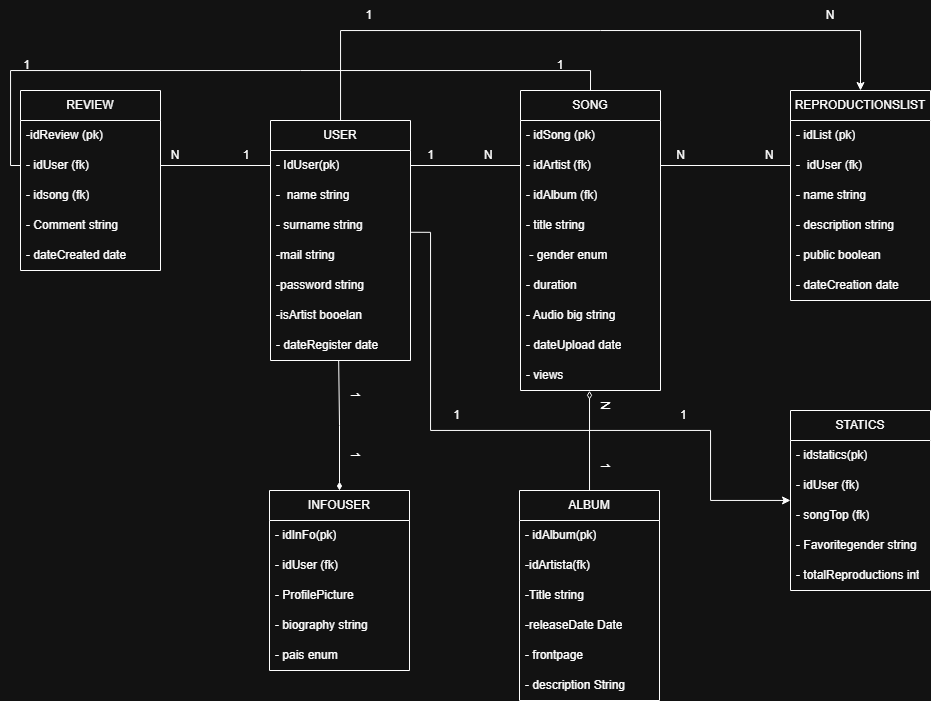
TPI-TUP-P/AVA-Sound keeps this draw.io diagram as StaticSource/TP4.png. Above is the earlier version. Source tidied: cells renumbered, new cells last; positions are measured from the earlier drawing's top-left corner, leaving out a move shared by most shapes.
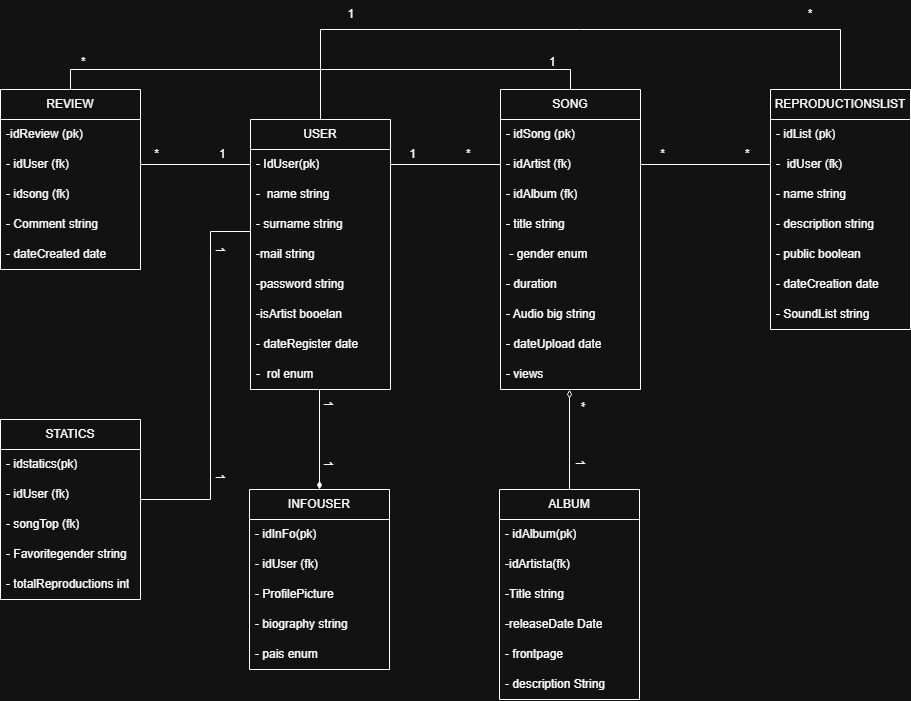
The same diagram one commit later.

What changed in the source:
```diff
@@ -2,7 +2,7 @@
   <root>
     <mxCell id="0" />
     <mxCell id="1" parent="0" />
-    <mxCell id="2" style="edgeStyle=orthogonalEdgeStyle;rounded=0;jettySize=auto;html=1;entryX=0.5;entryY=0;entryDx=0;entryDy=0;" parent="1" edge="1" source="3" target="17">
+    <mxCell id="2" style="edgeStyle=orthogonalEdgeStyle;rounded=0;jettySize=auto;html=1;entryX=0.5;entryY=0;entryDx=0;entryDy=0;endArrow=none;endFill=0;" parent="1" edge="1" source="3" target="17">
       <mxGeometry relative="1" as="geometry">
         <Array as="points">
           <mxPoint x="340" y="30" />
@@ -11,7 +11,7 @@
       </mxGeometry>
     </mxCell>
     <mxCell id="3" value="USER" style="swimlane;fontStyle=0;horizontal=1;startSize=30;whiteSpace=wrap;html=1;" parent="1" vertex="1">
-      <mxGeometry x="270" y="120" width="140" height="240" as="geometry" />
+      <mxGeometry x="270" y="120" width="140" height="270" as="geometry" />
     </mxCell>
     <mxCell id="4" value="- IdUser(pk)" style="text;strokeColor=none;fillColor=none;align=left;verticalAlign=middle;spacingLeft=4;spacingRight=4;overflow=hidden;points=[[0,0.5],[1,0.5]];portConstraint=eastwest;whiteSpace=wrap;html=1;" parent="3" vertex="1">
       <mxGeometry y="30" width="140" height="30" as="geometry" />
@@ -34,8 +34,11 @@
     <mxCell id="10" value="- dateRegister date" style="text;strokeColor=none;fillColor=none;align=left;verticalAlign=middle;spacingLeft=4;spacingRight=4;overflow=hidden;points=[[0,0.5],[1,0.5]];portConstraint=eastwest;whiteSpace=wrap;html=1;" parent="3" vertex="1">
       <mxGeometry y="210" width="140" height="30" as="geometry" />
     </mxCell>
+    <mxCell id="68" value="-&amp;nbsp; rol enum" style="text;strokeColor=none;fillColor=none;align=left;verticalAlign=middle;spacingLeft=4;spacingRight=4;overflow=hidden;whiteSpace=wrap;html=1;" parent="3" vertex="1">
+      <mxGeometry y="240" width="140" height="30" as="geometry" />
+    </mxCell>
     <mxCell id="11" value="STATICS" style="swimlane;fontStyle=0;horizontal=1;startSize=30;whiteSpace=wrap;html=1;" parent="1" vertex="1">
-      <mxGeometry x="790" y="410" width="140" height="180" as="geometry" />
+      <mxGeometry x="20" y="420" width="140" height="180" as="geometry" />
     </mxCell>
     <mxCell id="12" value="- idstatics(pk)" style="text;strokeColor=none;fillColor=none;align=left;verticalAlign=middle;spacingLeft=4;spacingRight=4;overflow=hidden;whiteSpace=wrap;html=1;" parent="11" vertex="1">
       <mxGeometry y="30" width="140" height="30" as="geometry" />
@@ -53,7 +56,7 @@
       <mxGeometry y="150" width="140" height="30" as="geometry" />
     </mxCell>
     <mxCell id="17" value="REPRODUCTIONSLIST" style="swimlane;fontStyle=0;horizontal=1;startSize=30;whiteSpace=wrap;html=1;" parent="1" vertex="1">
-      <mxGeometry x="790" y="90" width="140" height="210" as="geometry" />
+      <mxGeometry x="790" y="90" width="140" height="240" as="geometry" />
     </mxCell>
     <mxCell id="18" value="- idList (pk)" style="text;strokeColor=none;fillColor=none;align=left;verticalAlign=middle;spacingLeft=4;spacingRight=4;overflow=hidden;whiteSpace=wrap;html=1;" parent="17" vertex="1">
       <mxGeometry y="30" width="140" height="30" as="geometry" />
@@ -73,6 +76,9 @@
     <mxCell id="23" value="- dateCreation date" style="text;strokeColor=none;fillColor=none;align=left;verticalAlign=middle;spacingLeft=4;spacingRight=4;overflow=hidden;whiteSpace=wrap;html=1;" parent="17" vertex="1">
       <mxGeometry y="180" width="140" height="30" as="geometry" />
     </mxCell>
+    <mxCell id="69" value="- SoundList string" style="text;strokeColor=none;fillColor=none;align=left;verticalAlign=middle;spacingLeft=4;spacingRight=4;overflow=hidden;whiteSpace=wrap;html=1;" parent="17" vertex="1">
+      <mxGeometry y="210" width="140" height="30" as="geometry" />
+    </mxCell>
     <mxCell id="24" value="SONG" style="swimlane;fontStyle=0;horizontal=1;startSize=30;whiteSpace=wrap;html=1;" parent="1" vertex="1">
       <mxGeometry x="520" y="90" width="140" height="300" as="geometry" />
     </mxCell>
@@ -121,6 +127,14 @@
     <mxCell id="39" value="- pais enum" style="text;strokeColor=none;fillColor=none;align=left;verticalAlign=middle;spacingLeft=4;spacingRight=4;overflow=hidden;whiteSpace=wrap;html=1;" parent="34" vertex="1">
       <mxGeometry y="150" width="140" height="30" as="geometry" />
     </mxCell>
+    <mxCell id="70" style="edgeStyle=orthogonalEdgeStyle;rounded=0;jettySize=auto;html=1;entryX=0.5;entryY=0;entryDx=0;entryDy=0;endArrow=none;endFill=0;" parent="1" edge="1" source="40" target="24">
+      <mxGeometry relative="1" as="geometry">
+        <Array as="points">
+          <mxPoint x="90" y="70" />
+          <mxPoint x="590" y="70" />
+        </Array>
+      </mxGeometry>
+    </mxCell>
     <mxCell id="40" value="REVIEW" style="swimlane;fontStyle=0;horizontal=1;startSize=30;whiteSpace=wrap;html=1;" parent="1" vertex="1">
       <mxGeometry x="20" y="90" width="140" height="180" as="geometry" />
     </mxCell>
@@ -163,60 +177,52 @@
     <mxCell id="53" style="edgeStyle=orthogonalEdgeStyle;rounded=0;jettySize=auto;html=1;endArrow=none;endFill=0;" parent="1" edge="1" source="4" target="26">
       <mxGeometry relative="1" as="geometry" />
     </mxCell>
-    <mxCell id="54" value="1&amp;nbsp; &amp;nbsp; &amp;nbsp; &amp;nbsp; &amp;nbsp; &amp;nbsp; &amp;nbsp; &amp;nbsp;N" style="text;html=1;whiteSpace=wrap;strokeColor=none;fillColor=none;align=center;verticalAlign=middle;rounded=0;" parent="1" vertex="1">
+    <mxCell id="54" value="1&amp;nbsp; &amp;nbsp; &amp;nbsp; &amp;nbsp; &amp;nbsp; &amp;nbsp; &amp;nbsp; &amp;nbsp;*" style="text;html=1;whiteSpace=wrap;strokeColor=none;fillColor=none;align=center;verticalAlign=middle;rounded=0;" parent="1" vertex="1">
       <mxGeometry x="400" y="140" width="120" height="30" as="geometry" />
     </mxCell>
     <mxCell id="55" style="edgeStyle=orthogonalEdgeStyle;rounded=0;jettySize=auto;html=1;entryX=0;entryY=0.5;entryDx=0;entryDy=0;endArrow=none;endFill=0;" parent="1" edge="1" source="26" target="19">
       <mxGeometry relative="1" as="geometry" />
     </mxCell>
-    <mxCell id="56" value="N&amp;nbsp; &amp;nbsp; &amp;nbsp; &amp;nbsp; &amp;nbsp; &amp;nbsp; &amp;nbsp; &amp;nbsp; &amp;nbsp; &amp;nbsp; &amp;nbsp; &amp;nbsp; N" style="text;html=1;whiteSpace=wrap;strokeColor=none;fillColor=none;align=center;verticalAlign=middle;rounded=0;" parent="1" vertex="1">
+    <mxCell id="56" value="*&amp;nbsp; &amp;nbsp; &amp;nbsp; &amp;nbsp; &amp;nbsp; &amp;nbsp; &amp;nbsp; &amp;nbsp; &amp;nbsp; &amp;nbsp; &amp;nbsp; &amp;nbsp; *" style="text;html=1;whiteSpace=wrap;strokeColor=none;fillColor=none;align=center;verticalAlign=middle;rounded=0;" parent="1" vertex="1">
       <mxGeometry x="640" y="140" width="170" height="30" as="geometry" />
     </mxCell>
-    <mxCell id="57" style="edgeStyle=orthogonalEdgeStyle;rounded=0;jettySize=auto;html=1;entryX=0.487;entryY=1.003;entryDx=0;entryDy=0;entryPerimeter=0;endArrow=none;endFill=0;startArrow=diamondThin;startFill=1;" parent="1" edge="1" source="34" target="10">
-      <mxGeometry relative="1" as="geometry" />
+    <mxCell id="57" style="edgeStyle=orthogonalEdgeStyle;rounded=0;jettySize=auto;html=1;endArrow=none;endFill=0;startArrow=diamondThin;startFill=1;" parent="1" edge="1" source="34">
+      <mxGeometry relative="1" as="geometry">
+        <mxPoint x="339" y="390" as="targetPoint" />
+      </mxGeometry>
     </mxCell>
     <mxCell id="58" style="edgeStyle=orthogonalEdgeStyle;rounded=0;jettySize=auto;html=1;entryX=0.493;entryY=1.009;entryDx=0;entryDy=0;entryPerimeter=0;endArrow=diamondThin;endFill=0;" parent="1" edge="1" source="46" target="33">
       <mxGeometry relative="1" as="geometry" />
     </mxCell>
     <mxCell id="59" value="1&amp;nbsp; &amp;nbsp; &amp;nbsp; &amp;nbsp; &amp;nbsp; &amp;nbsp; &amp;nbsp; &amp;nbsp; 1" style="text;html=1;whiteSpace=wrap;strokeColor=none;fillColor=none;align=center;verticalAlign=middle;rounded=0;rotation=90;" parent="1" vertex="1">
-      <mxGeometry x="310" y="410" width="90" height="30" as="geometry" />
+      <mxGeometry x="303" y="420" width="90" height="30" as="geometry" />
     </mxCell>
-    <mxCell id="60" value="N&amp;nbsp; &amp;nbsp; &amp;nbsp; &amp;nbsp; &amp;nbsp; &amp;nbsp; &amp;nbsp; &amp;nbsp; 1" style="text;html=1;whiteSpace=wrap;strokeColor=none;fillColor=none;align=center;verticalAlign=middle;rounded=0;rotation=90;" parent="1" vertex="1">
-      <mxGeometry x="560" y="420" width="90" height="30" as="geometry" />
+    <mxCell id="60" value="*&amp;nbsp; &amp;nbsp; &amp;nbsp; &amp;nbsp; &amp;nbsp; &amp;nbsp; &amp;nbsp; &amp;nbsp; 1" style="text;html=1;whiteSpace=wrap;strokeColor=none;fillColor=none;align=center;verticalAlign=middle;rounded=0;rotation=90;" parent="1" vertex="1">
+      <mxGeometry x="555" y="420" width="90" height="30" as="geometry" />
     </mxCell>
     <mxCell id="61" style="edgeStyle=orthogonalEdgeStyle;rounded=0;jettySize=auto;html=1;entryX=1;entryY=0.5;entryDx=0;entryDy=0;endArrow=none;endFill=0;" parent="1" edge="1" source="4" target="42">
       <mxGeometry relative="1" as="geometry" />
     </mxCell>
-    <mxCell id="62" value="N&amp;nbsp; &amp;nbsp; &amp;nbsp; &amp;nbsp; &amp;nbsp; &amp;nbsp; &amp;nbsp; &amp;nbsp; &amp;nbsp; &amp;nbsp;1" style="text;html=1;whiteSpace=wrap;strokeColor=none;fillColor=none;align=center;verticalAlign=middle;rounded=0;" parent="1" vertex="1">
+    <mxCell id="62" value="*&amp;nbsp; &amp;nbsp; &amp;nbsp; &amp;nbsp; &amp;nbsp; &amp;nbsp; &amp;nbsp; &amp;nbsp; &amp;nbsp; 1" style="text;html=1;whiteSpace=wrap;strokeColor=none;fillColor=none;align=center;verticalAlign=middle;rounded=0;" parent="1" vertex="1">
       <mxGeometry x="150" y="140" width="120" height="30" as="geometry" />
     </mxCell>
-    <mxCell id="63" style="edgeStyle=orthogonalEdgeStyle;rounded=0;jettySize=auto;html=1;entryX=0.5;entryY=0;entryDx=0;entryDy=0;endArrow=none;endFill=0;" parent="1" edge="1" source="42" target="24">
-      <mxGeometry relative="1" as="geometry">
-        <Array as="points">
-          <mxPoint x="10" y="165" />
-          <mxPoint x="10" y="70" />
-          <mxPoint x="590" y="70" />
-        </Array>
-      </mxGeometry>
-    </mxCell>
-    <mxCell id="64" value="1&amp;nbsp; &amp;nbsp; &amp;nbsp; &amp;nbsp; &amp;nbsp; &amp;nbsp; &amp;nbsp; &amp;nbsp; &amp;nbsp; &amp;nbsp; &amp;nbsp; &amp;nbsp; &amp;nbsp; &amp;nbsp; &amp;nbsp; &amp;nbsp; &amp;nbsp; &amp;nbsp; &amp;nbsp; &amp;nbsp; &amp;nbsp; &amp;nbsp; &amp;nbsp; &amp;nbsp; &amp;nbsp; &amp;nbsp; &amp;nbsp; &amp;nbsp; &amp;nbsp; &amp;nbsp; &amp;nbsp; &amp;nbsp; &amp;nbsp; &amp;nbsp; &amp;nbsp; &amp;nbsp; &amp;nbsp; &amp;nbsp; &amp;nbsp; &amp;nbsp; &amp;nbsp; &amp;nbsp; &amp;nbsp; &amp;nbsp; &amp;nbsp; &amp;nbsp; &amp;nbsp; &amp;nbsp; &amp;nbsp; &amp;nbsp; &amp;nbsp; &amp;nbsp; &amp;nbsp; &amp;nbsp; &amp;nbsp; &amp;nbsp; &amp;nbsp; &amp;nbsp; &amp;nbsp; &amp;nbsp; &amp;nbsp; &amp;nbsp; &amp;nbsp; &amp;nbsp; &amp;nbsp; &amp;nbsp; &amp;nbsp; &amp;nbsp; &amp;nbsp; &amp;nbsp; &amp;nbsp; &amp;nbsp; &amp;nbsp; &amp;nbsp; &amp;nbsp; &amp;nbsp; &amp;nbsp; &amp;nbsp; &amp;nbsp; 1&amp;nbsp;" style="text;html=1;whiteSpace=wrap;strokeColor=none;fillColor=none;align=center;verticalAlign=middle;rounded=0;" parent="1" vertex="1">
-      <mxGeometry y="50" width="590" height="30" as="geometry" />
+    <mxCell id="64" value="*&amp;nbsp; &amp;nbsp; &amp;nbsp; &amp;nbsp; &amp;nbsp; &amp;nbsp; &amp;nbsp; &amp;nbsp; &amp;nbsp; &amp;nbsp; &amp;nbsp; &amp;nbsp; &amp;nbsp; &amp;nbsp; &amp;nbsp; &amp;nbsp; &amp;nbsp; &amp;nbsp; &amp;nbsp; &amp;nbsp; &amp;nbsp; &amp;nbsp; &amp;nbsp; &amp;nbsp; &amp;nbsp; &amp;nbsp; &amp;nbsp; &amp;nbsp; &amp;nbsp; &amp;nbsp; &amp;nbsp; &amp;nbsp; &amp;nbsp; &amp;nbsp; &amp;nbsp; &amp;nbsp; &amp;nbsp; &amp;nbsp; &amp;nbsp; &amp;nbsp; &amp;nbsp; &amp;nbsp; &amp;nbsp; &amp;nbsp; &amp;nbsp; &amp;nbsp; &amp;nbsp; &amp;nbsp; &amp;nbsp; &amp;nbsp; &amp;nbsp; &amp;nbsp; &amp;nbsp; &amp;nbsp; &amp;nbsp; &amp;nbsp; &amp;nbsp; &amp;nbsp; &amp;nbsp; &amp;nbsp; &amp;nbsp; &amp;nbsp; &amp;nbsp; &amp;nbsp; &amp;nbsp; &amp;nbsp; &amp;nbsp; &amp;nbsp; &amp;nbsp; &amp;nbsp;1&amp;nbsp;" style="text;html=1;whiteSpace=wrap;strokeColor=none;fillColor=none;align=center;verticalAlign=middle;rounded=0;" parent="1" vertex="1">
+      <mxGeometry x="90" y="48" width="500" height="30" as="geometry" />
     </mxCell>
-    <mxCell id="65" value="1&amp;nbsp; &amp;nbsp; &amp;nbsp; &amp;nbsp; &amp;nbsp; &amp;nbsp; &amp;nbsp; &amp;nbsp; &amp;nbsp; &amp;nbsp; &amp;nbsp; &amp;nbsp; &amp;nbsp; &amp;nbsp; &amp;nbsp; &amp;nbsp; &amp;nbsp; &amp;nbsp; &amp;nbsp; &amp;nbsp; &amp;nbsp; &amp;nbsp; &amp;nbsp; &amp;nbsp; &amp;nbsp; &amp;nbsp; &amp;nbsp; &amp;nbsp; &amp;nbsp; &amp;nbsp; &amp;nbsp; &amp;nbsp; &amp;nbsp; &amp;nbsp; &amp;nbsp; &amp;nbsp; &amp;nbsp; &amp;nbsp; &amp;nbsp; &amp;nbsp; &amp;nbsp; &amp;nbsp; &amp;nbsp; &amp;nbsp; &amp;nbsp; &amp;nbsp; &amp;nbsp; &amp;nbsp; &amp;nbsp; &amp;nbsp; &amp;nbsp; &amp;nbsp; &amp;nbsp; &amp;nbsp; &amp;nbsp; &amp;nbsp; &amp;nbsp; &amp;nbsp; &amp;nbsp; &amp;nbsp; &amp;nbsp; &amp;nbsp; &amp;nbsp; &amp;nbsp; &amp;nbsp; &amp;nbsp; &amp;nbsp; &amp;nbsp; N" style="text;html=1;whiteSpace=wrap;strokeColor=none;fillColor=none;align=center;verticalAlign=middle;rounded=0;" parent="1" vertex="1">
+    <mxCell id="65" value="1&amp;nbsp; &amp;nbsp; &amp;nbsp; &amp;nbsp; &amp;nbsp; &amp;nbsp; &amp;nbsp; &amp;nbsp; &amp;nbsp; &amp;nbsp; &amp;nbsp; &amp;nbsp; &amp;nbsp; &amp;nbsp; &amp;nbsp; &amp;nbsp; &amp;nbsp; &amp;nbsp; &amp;nbsp; &amp;nbsp; &amp;nbsp; &amp;nbsp; &amp;nbsp; &amp;nbsp; &amp;nbsp; &amp;nbsp; &amp;nbsp; &amp;nbsp; &amp;nbsp; &amp;nbsp; &amp;nbsp; &amp;nbsp; &amp;nbsp; &amp;nbsp; &amp;nbsp; &amp;nbsp; &amp;nbsp; &amp;nbsp; &amp;nbsp; &amp;nbsp; &amp;nbsp; &amp;nbsp; &amp;nbsp; &amp;nbsp; &amp;nbsp; &amp;nbsp; &amp;nbsp; &amp;nbsp; &amp;nbsp; &amp;nbsp; &amp;nbsp; &amp;nbsp; &amp;nbsp; &amp;nbsp; &amp;nbsp; &amp;nbsp; &amp;nbsp; &amp;nbsp; &amp;nbsp; &amp;nbsp; &amp;nbsp; &amp;nbsp; &amp;nbsp; &amp;nbsp; &amp;nbsp; &amp;nbsp; &amp;nbsp; &amp;nbsp; *" style="text;html=1;whiteSpace=wrap;strokeColor=none;fillColor=none;align=center;verticalAlign=middle;rounded=0;" parent="1" vertex="1">
       <mxGeometry x="350" width="500" height="30" as="geometry" />
     </mxCell>
-    <mxCell id="66" style="edgeStyle=orthogonalEdgeStyle;rounded=0;jettySize=auto;html=1;exitX=0.999;exitY=0.726;exitDx=0;exitDy=0;exitPerimeter=0;" parent="1" edge="1" source="6" target="11">
+    <mxCell id="66" style="edgeStyle=orthogonalEdgeStyle;rounded=0;jettySize=auto;html=1;endArrow=none;endFill=0;" parent="1" edge="1" target="11">
       <mxGeometry relative="1" as="geometry">
+        <mxPoint x="270" y="232" as="sourcePoint" />
         <Array as="points">
-          <mxPoint x="430" y="232" />
-          <mxPoint x="430" y="430" />
-          <mxPoint x="710" y="430" />
-          <mxPoint x="710" y="500" />
+          <mxPoint x="230" y="232" />
+          <mxPoint x="230" y="500" />
         </Array>
       </mxGeometry>
     </mxCell>
-    <mxCell id="67" value="1&amp;nbsp; &amp;nbsp; &amp;nbsp; &amp;nbsp; &amp;nbsp; &amp;nbsp; &amp;nbsp; &amp;nbsp; &amp;nbsp; &amp;nbsp; &amp;nbsp; &amp;nbsp; &amp;nbsp; &amp;nbsp; &amp;nbsp; &amp;nbsp; &amp;nbsp; &amp;nbsp; &amp;nbsp; &amp;nbsp; &amp;nbsp; &amp;nbsp; &amp;nbsp; &amp;nbsp; &amp;nbsp; &amp;nbsp; &amp;nbsp; &amp;nbsp; &amp;nbsp; &amp;nbsp; &amp;nbsp; &amp;nbsp; &amp;nbsp; 1" style="text;html=1;whiteSpace=wrap;strokeColor=none;fillColor=none;align=center;verticalAlign=middle;rounded=0;" parent="1" vertex="1">
-      <mxGeometry x="450" y="400" width="240" height="30" as="geometry" />
+    <mxCell id="67" value="1&amp;nbsp; &amp;nbsp; &amp;nbsp; &amp;nbsp; &amp;nbsp; &amp;nbsp; &amp;nbsp; &amp;nbsp; &amp;nbsp; &amp;nbsp; &amp;nbsp; &amp;nbsp; &amp;nbsp; &amp;nbsp; &amp;nbsp; &amp;nbsp; &amp;nbsp; &amp;nbsp; &amp;nbsp; &amp;nbsp; &amp;nbsp; &amp;nbsp; &amp;nbsp; &amp;nbsp; &amp;nbsp; &amp;nbsp; &amp;nbsp; &amp;nbsp; &amp;nbsp; &amp;nbsp; &amp;nbsp; &amp;nbsp; &amp;nbsp; 1" style="text;html=1;whiteSpace=wrap;strokeColor=none;fillColor=none;align=center;verticalAlign=middle;rounded=0;rotation=90;" parent="1" vertex="1">
+      <mxGeometry x="120" y="350" width="240" height="30" as="geometry" />
     </mxCell>
   </root>
 </mxGraphModel>
```
